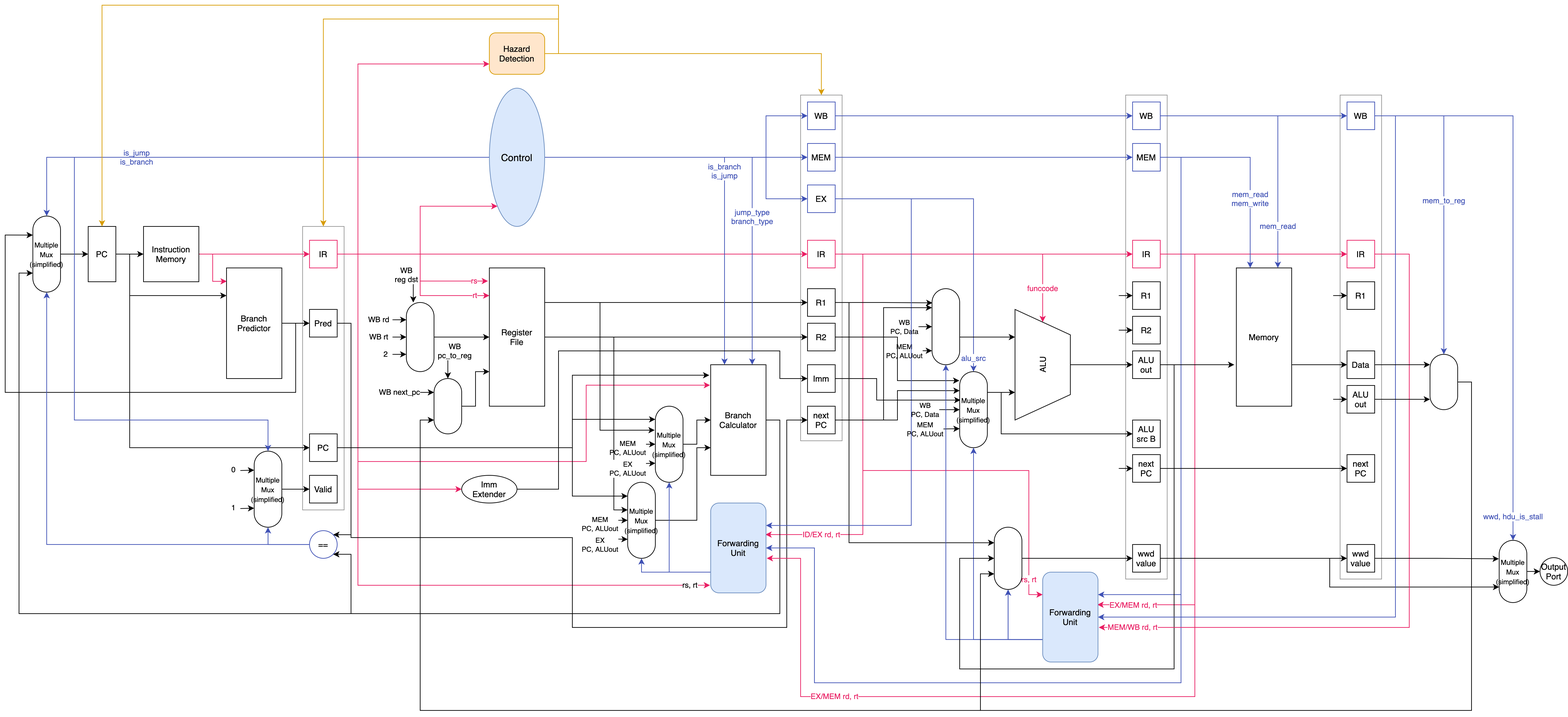
Earlier version of the draw.io export Lab/Lab05/report/datapath.png (betarixm/CSED311). Source tidied: cells renumbered, new cells last; positions are measured from the earlier drawing's top-left corner, leaving out a move shared by most shapes.
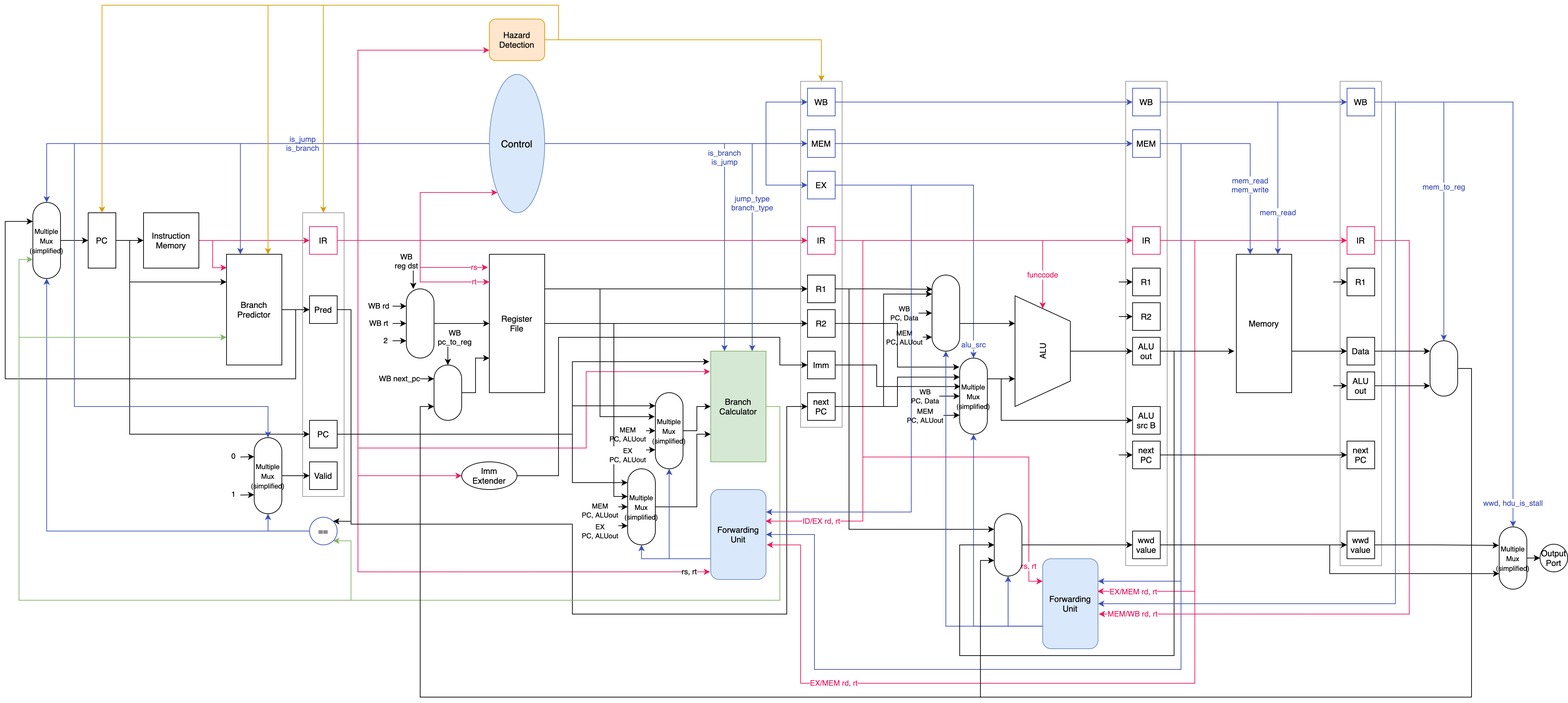
The same file after the commit.

What changed in the source:
```diff
@@ -344,7 +344,7 @@
       <mxGeometry x="0.29" relative="1" as="geometry" />
     </mxCell>
     <mxCell id="70" value="is_jump&lt;br&gt;is_branch" style="edgeStyle=orthogonalEdgeStyle;rounded=0;jettySize=auto;html=1;exitX=0;exitY=0.5;exitDx=0;exitDy=0;entryX=0.5;entryY=0;entryDx=0;entryDy=0;strokeColor=#3F51B5;fillColor=#FFFFFF;fontColor=#3F51B5;" parent="1" edge="1" source="72" target="42">
-      <mxGeometry x="0.41" relative="1" as="geometry" />
+      <mxGeometry x="-0.26" relative="1" as="geometry" />
     </mxCell>
     <mxCell id="71" style="edgeStyle=orthogonalEdgeStyle;rounded=0;jettySize=auto;html=1;exitX=0;exitY=0.5;exitDx=0;exitDy=0;entryX=0.5;entryY=0;entryDx=0;entryDy=0;strokeColor=#3F51B5;fillColor=#FFFFFF;fontColor=#3F51B5;" parent="1" edge="1" source="72" target="38">
       <mxGeometry relative="1" as="geometry">
@@ -355,10 +355,13 @@
         </Array>
       </mxGeometry>
     </mxCell>
+    <mxCell id="174" style="edgeStyle=orthogonalEdgeStyle;rounded=0;jettySize=auto;html=1;exitX=0;exitY=0.5;exitDx=0;exitDy=0;entryX=0.25;entryY=0;entryDx=0;entryDy=0;fontColor=#3F51B5;strokeColor=#3F51B5;fillColor=#FFFFFF;" parent="1" edge="1" source="72" target="20">
+      <mxGeometry relative="1" as="geometry" />
+    </mxCell>
     <mxCell id="72" value="Control" style="ellipse;whiteSpace=wrap;html=1;fontSize=14;strokeColor=#6c8ebf;fillColor=#dae8fc;" parent="1" vertex="1">
       <mxGeometry x="700" y="120" width="80" height="200" as="geometry" />
     </mxCell>
-    <mxCell id="73" style="edgeStyle=orthogonalEdgeStyle;rounded=0;jettySize=auto;html=1;exitX=1;exitY=0.5;exitDx=0;exitDy=0;entryX=1;entryY=1;entryDx=0;entryDy=0;" parent="1" edge="1" source="75" target="45">
+    <mxCell id="73" style="edgeStyle=orthogonalEdgeStyle;rounded=0;jettySize=auto;html=1;exitX=1;exitY=0.5;exitDx=0;exitDy=0;entryX=1;entryY=1;entryDx=0;entryDy=0;strokeColor=#82B366;" parent="1" edge="1" source="75" target="45">
       <mxGeometry relative="1" as="geometry">
         <Array as="points">
           <mxPoint x="1120" y="600" />
@@ -368,7 +371,7 @@
         </Array>
       </mxGeometry>
     </mxCell>
-    <mxCell id="74" style="edgeStyle=orthogonalEdgeStyle;rounded=0;jettySize=auto;html=1;exitX=1;exitY=0.5;exitDx=0;exitDy=0;entryX=0;entryY=0.75;entryDx=0;entryDy=0;" parent="1" edge="1" source="75" target="42">
+    <mxCell id="74" style="edgeStyle=orthogonalEdgeStyle;rounded=0;jettySize=auto;html=1;exitX=1;exitY=0.5;exitDx=0;exitDy=0;entryX=0;entryY=0.75;entryDx=0;entryDy=0;strokeColor=#82B366;" parent="1" edge="1" source="75" target="42">
       <mxGeometry relative="1" as="geometry">
         <Array as="points">
           <mxPoint x="1120" y="600" />
@@ -378,7 +381,17 @@
         </Array>
       </mxGeometry>
     </mxCell>
+    <mxCell id="175" style="edgeStyle=orthogonalEdgeStyle;rounded=0;jettySize=auto;html=1;exitX=1;exitY=0.5;exitDx=0;exitDy=0;entryX=0;entryY=0.75;entryDx=0;entryDy=0;fontColor=#3F51B5;fillColor=#FFFFFF;strokeColor=#82B366;" parent="1" edge="1" source="75" target="20">
+      <mxGeometry relative="1" as="geometry">
+        <Array as="points">
+          <mxPoint x="1120" y="600" />
+          <mxPoint x="1120" y="880" />
+          <mxPoint x="20" y="880" />
+          <mxPoint x="20" y="500" />
+        </Array>
+      </mxGeometry>
+    </mxCell>
-    <mxCell id="75" value="Branch&lt;br&gt;Calculator" style="rounded=0;whiteSpace=wrap;html=1;" parent="1" vertex="1">
+    <mxCell id="75" value="Branch&lt;br&gt;Calculator" style="rounded=0;whiteSpace=wrap;html=1;fillColor=#d5e8d4;strokeColor=#82B366;" parent="1" vertex="1">
       <mxGeometry x="1020" y="520" width="80" height="160" as="geometry" />
     </mxCell>
     <mxCell id="76" style="edgeStyle=orthogonalEdgeStyle;rounded=0;jettySize=auto;html=1;exitX=1;exitY=0.5;exitDx=0;exitDy=0;entryX=0;entryY=0.5;entryDx=0;entryDy=0;" parent="1" edge="1" source="77" target="97">
@@ -474,11 +487,20 @@
       <mxGeometry relative="1" as="geometry">
         <Array as="points">
           <mxPoint x="800" y="70" />
-          <mxPoint x="800" />
-          <mxPoint x="140" />
+          <mxPoint x="800" y="20" />
+          <mxPoint x="140" y="20" />
         </Array>
       </mxGeometry>
     </mxCell>
+    <mxCell id="176" style="edgeStyle=orthogonalEdgeStyle;rounded=0;jettySize=auto;html=1;exitX=1;exitY=0.5;exitDx=0;exitDy=0;entryX=0.75;entryY=0;entryDx=0;entryDy=0;fontColor=#3F51B5;strokeColor=#d79b00;fillColor=#ffe6cc;" parent="1" edge="1" source="95" target="20">
+      <mxGeometry relative="1" as="geometry">
+        <Array as="points">
+          <mxPoint x="800" y="70" />
+          <mxPoint x="800" y="20" />
+          <mxPoint x="380" y="20" />
+        </Array>
+      </mxGeometry>
+    </mxCell>
     <mxCell id="95" value="Hazard&lt;br&gt;Detection" style="rounded=1;whiteSpace=wrap;html=1;strokeColor=#d79b00;fillColor=#FFE6CC;" parent="1" vertex="1">
       <mxGeometry x="700" y="40" width="80" height="60" as="geometry" />
     </mxCell>
```
